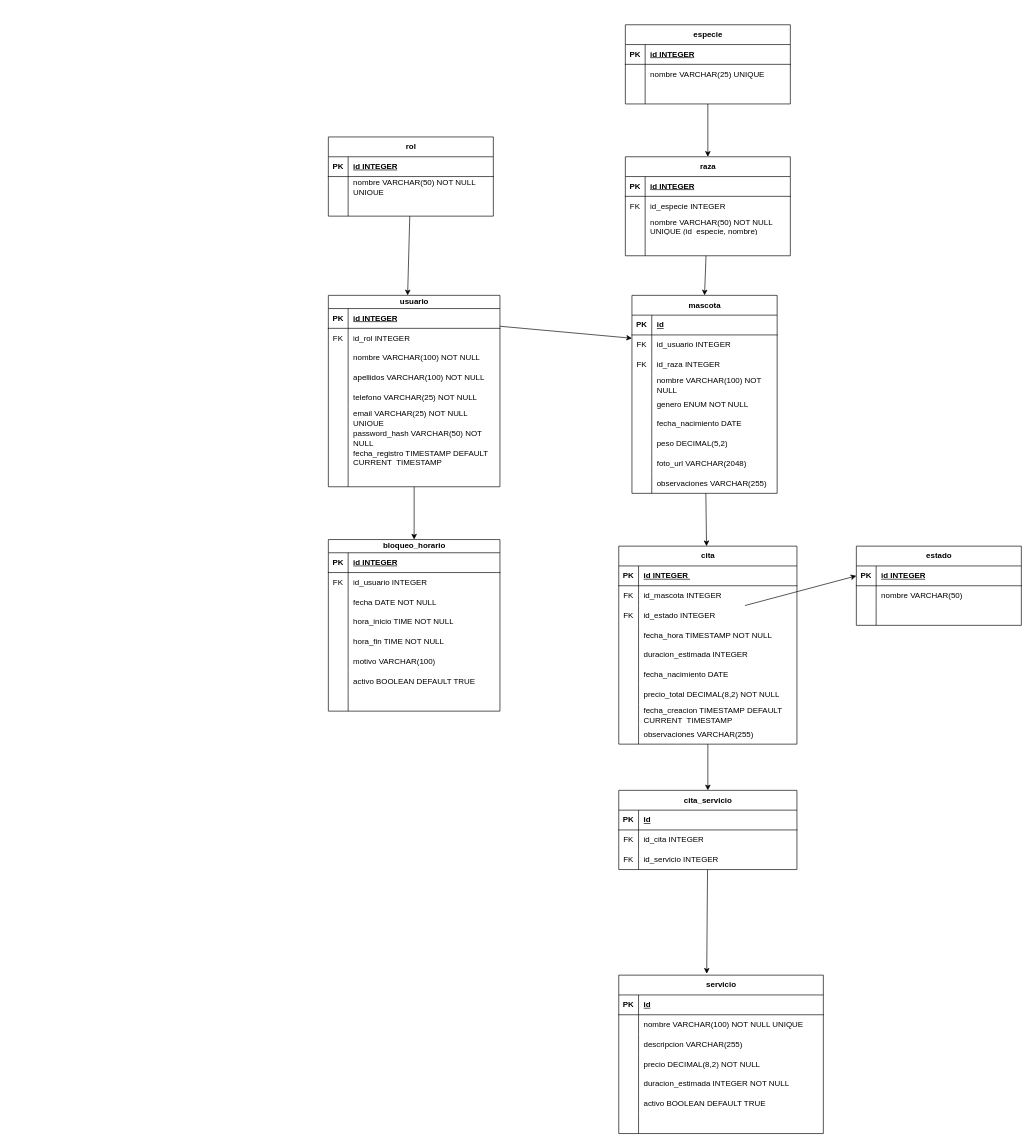
Above: Docs/Diagram Relacional.drawio in jmesmarrero/Perruquera (draw.io), before the change. Source tidied: cells renumbered, new cells numbered last; positions are measured from the earlier drawing's top-left corner, leaving out a move shared by most shapes. Both pictures are drawn from the tidied source at 66%, with x=0, y=0 at pixel (328, 24).
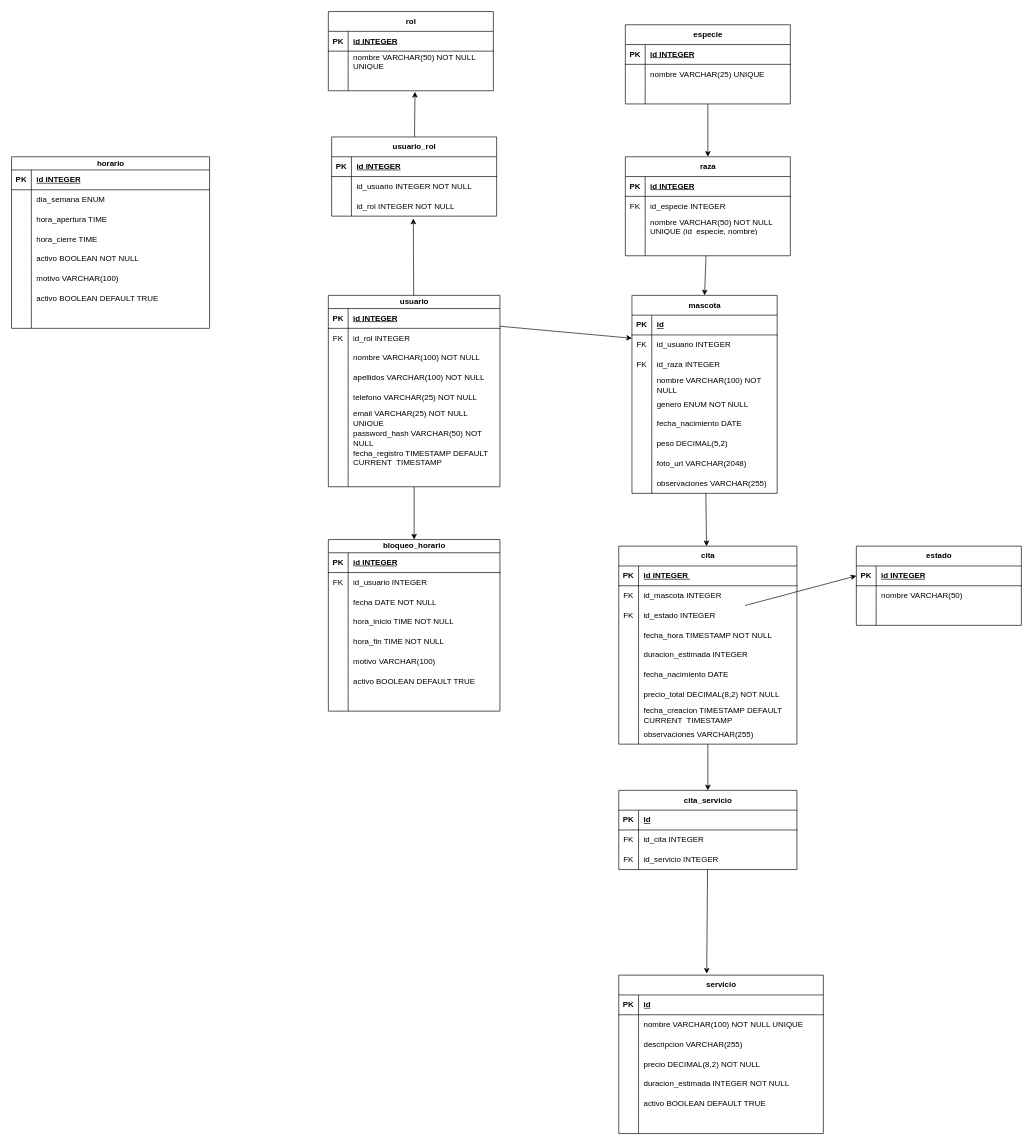
The same page after the edit.

Commit message (it also covers changes not shown here):
feat: add horarios and usuario_rol in all files

The change refers to these unchanged cells:
```xml
<mxCell id="3" value="usuario" style="shape=table;startSize=20;childLayout=tableLayout;rowLines=0;fontStyle=1;align=center;html=1;" parent="1" vertex="1">
  <mxGeometry y="410" width="260" height="290" as="geometry" />
</mxCell>
<mxCell id="38" style="shape=tableRow;horizontal=0;startSize=0;swimlaneHead=0;swimlaneBody=0;fillColor=none;points=[[0,0.5],[1,0.5]];portConstraint=eastwest;top=0;left=0;right=0;bottom=0;" parent="31" vertex="1">
  <mxGeometry y="90" width="250" height="30" as="geometry" />
</mxCell>
```

Diff of the diagram source:
```diff
@@
     <mxCell id="31" value="rol" style="shape=table;startSize=30;childLayout=tableLayout;rowLines=0;fontStyle=1;align=center;html=1;" parent="1" vertex="1">
-      <mxGeometry y="170" width="250" height="120" as="geometry" />
+      <mxGeometry y="-20" width="250" height="120" as="geometry" />
     </mxCell>
@@
-    <mxCell id="95" style="edgeStyle=none;html=1;entryX=0.462;entryY=0;entryDx=0;entryDy=0;entryPerimeter=0;" parent="1" edge="1" source="31" target="3">
-      <mxGeometry relative="1" as="geometry" />
-    </mxCell>
@@
+    <mxCell id="195" value="usuario_rol" style="shape=table;startSize=30;childLayout=tableLayout;rowLines=0;fontStyle=1;align=center;html=1;" parent="1" vertex="1">
+      <mxGeometry x="5" y="170" width="250" height="120" as="geometry" />
+    </mxCell>
+    <mxCell id="196" style="shape=tableRow;horizontal=0;startSize=0;swimlaneHead=0;swimlaneBody=0;fillColor=none;top=0;left=0;right=0;bottom=1;" parent="195" vertex="1">
+      <mxGeometry y="30" width="250" height="30" as="geometry" />
+    </mxCell>
+    <mxCell id="197" value="PK" style="shape=partialRectangle;fillColor=none;top=0;left=0;bottom=0;right=0;fontStyle=1;overflow=hidden;whiteSpace=wrap;html=1;" parent="196" vertex="1">
+      <mxGeometry width="30" height="30" as="geometry" />
+    </mxCell>
+    <mxCell id="198" value="id INTEGER" style="shape=partialRectangle;fillColor=none;top=0;left=0;bottom=0;right=0;align=left;spacingLeft=6;fontStyle=5;overflow=hidden;whiteSpace=wrap;html=1;" parent="196" vertex="1">
+      <mxGeometry x="30" width="220" height="30" as="geometry" />
+    </mxCell>
+    <mxCell id="199" style="shape=tableRow;horizontal=0;startSize=0;swimlaneHead=0;swimlaneBody=0;fillColor=none;top=0;left=0;right=0;bottom=0;" parent="195" vertex="1">
+      <mxGeometry y="60" width="250" height="30" as="geometry" />
+    </mxCell>
+    <mxCell id="200" style="shape=partialRectangle;fillColor=none;top=0;left=0;bottom=0;right=0;overflow=hidden;whiteSpace=wrap;html=1;" parent="199" vertex="1">
+      <mxGeometry width="30" height="30" as="geometry" />
+    </mxCell>
+    <mxCell id="201" value="id_usuario INTEGER NOT NULL" style="shape=partialRectangle;fillColor=none;top=0;left=0;bottom=0;right=0;align=left;spacingLeft=6;overflow=hidden;whiteSpace=wrap;html=1;" parent="199" vertex="1">
+      <mxGeometry x="30" width="220" height="30" as="geometry" />
+    </mxCell>
+    <mxCell id="202" style="shape=tableRow;horizontal=0;startSize=0;swimlaneHead=0;swimlaneBody=0;fillColor=none;points=[[0,0.5],[1,0.5]];portConstraint=eastwest;top=0;left=0;right=0;bottom=0;" parent="195" vertex="1">
+      <mxGeometry y="90" width="250" height="30" as="geometry" />
+    </mxCell>
+    <mxCell id="203" style="shape=partialRectangle;fillColor=none;top=0;left=0;bottom=0;right=0;overflow=hidden;whiteSpace=wrap;html=1;" parent="202" vertex="1">
+      <mxGeometry width="30" height="30" as="geometry" />
+    </mxCell>
+    <mxCell id="204" value="id_rol INTEGER NOT NULL" style="shape=partialRectangle;fillColor=none;top=0;left=0;bottom=0;right=0;align=left;spacingLeft=6;overflow=hidden;whiteSpace=wrap;html=1;" parent="202" vertex="1">
+      <mxGeometry x="30" width="220" height="30" as="geometry" />
+    </mxCell>
+    <mxCell id="205" style="edgeStyle=none;html=1;entryX=0.495;entryY=1.122;entryDx=0;entryDy=0;entryPerimeter=0;" parent="1" edge="1" source="3" target="202">
+      <mxGeometry relative="1" as="geometry" />
+    </mxCell>
+    <mxCell id="206" style="edgeStyle=none;html=1;entryX=0.525;entryY=1.056;entryDx=0;entryDy=0;entryPerimeter=0;" parent="1" edge="1" source="195" target="38">
+      <mxGeometry relative="1" as="geometry" />
+    </mxCell>
+    <mxCell id="207" value="horario" style="shape=table;startSize=20;childLayout=tableLayout;rowLines=0;fontStyle=1;align=center;html=1;" parent="1" vertex="1">
+      <mxGeometry x="-480" y="200" width="300" height="260" as="geometry" />
+    </mxCell>
+    <mxCell id="208" style="shape=tableRow;horizontal=0;startSize=0;swimlaneHead=0;swimlaneBody=0;fillColor=none;top=0;left=0;right=0;bottom=1;" parent="207" vertex="1">
+      <mxGeometry y="20" width="300" height="30" as="geometry" />
+    </mxCell>
+    <mxCell id="209" value="PK" style="shape=partialRectangle;fillColor=none;top=0;left=0;bottom=0;right=0;fontStyle=1;overflow=hidden;whiteSpace=wrap;html=1;" parent="208" vertex="1">
+      <mxGeometry width="30" height="30" as="geometry" />
+    </mxCell>
+    <mxCell id="210" value="id INTEGER" style="shape=partialRectangle;fillColor=none;top=0;left=0;bottom=0;right=0;align=left;spacingLeft=6;fontStyle=5;overflow=hidden;whiteSpace=wrap;html=1;" parent="208" vertex="1">
+      <mxGeometry x="30" width="270" height="30" as="geometry" />
+    </mxCell>
+    <mxCell id="211" style="shape=tableRow;horizontal=0;startSize=0;swimlaneHead=0;swimlaneBody=0;fillColor=none;top=0;left=0;right=0;bottom=0;" parent="207" vertex="1">
+      <mxGeometry y="50" width="300" height="30" as="geometry" />
+    </mxCell>
+    <mxCell id="212" style="shape=partialRectangle;fillColor=none;top=0;left=0;bottom=0;right=0;overflow=hidden;whiteSpace=wrap;html=1;" parent="211" vertex="1">
+      <mxGeometry width="30" height="30" as="geometry" />
+    </mxCell>
+    <mxCell id="213" value="dia_semana ENUM" style="shape=partialRectangle;fillColor=none;top=0;left=0;bottom=0;right=0;align=left;spacingLeft=6;overflow=hidden;whiteSpace=wrap;html=1;" parent="211" vertex="1">
+      <mxGeometry x="30" width="270" height="30" as="geometry" />
+    </mxCell>
+    <mxCell id="214" style="shape=tableRow;horizontal=0;startSize=0;swimlaneHead=0;swimlaneBody=0;fillColor=none;top=0;left=0;right=0;bottom=0;" parent="207" vertex="1">
+      <mxGeometry y="80" width="300" height="30" as="geometry" />
+    </mxCell>
+    <mxCell id="215" style="shape=partialRectangle;fillColor=none;top=0;left=0;bottom=0;right=0;overflow=hidden;whiteSpace=wrap;html=1;" parent="214" vertex="1">
+      <mxGeometry width="30" height="30" as="geometry" />
+    </mxCell>
+    <mxCell id="216" value="hora_apertura TIME" style="shape=partialRectangle;fillColor=none;top=0;left=0;bottom=0;right=0;align=left;spacingLeft=6;overflow=hidden;whiteSpace=wrap;html=1;" parent="214" vertex="1">
+      <mxGeometry x="30" width="270" height="30" as="geometry" />
+    </mxCell>
+    <mxCell id="217" style="shape=tableRow;horizontal=0;startSize=0;swimlaneHead=0;swimlaneBody=0;fillColor=none;top=0;left=0;right=0;bottom=0;" parent="207" vertex="1">
+      <mxGeometry y="110" width="300" height="30" as="geometry" />
+    </mxCell>
+    <mxCell id="218" style="shape=partialRectangle;fillColor=none;top=0;left=0;bottom=0;right=0;overflow=hidden;whiteSpace=wrap;html=1;" parent="217" vertex="1">
+      <mxGeometry width="30" height="30" as="geometry" />
+    </mxCell>
+    <mxCell id="219" value="hora_cierre TIME" style="shape=partialRectangle;fillColor=none;top=0;left=0;bottom=0;right=0;align=left;spacingLeft=6;overflow=hidden;whiteSpace=wrap;html=1;" parent="217" vertex="1">
+      <mxGeometry x="30" width="270" height="30" as="geometry" />
+    </mxCell>
+    <mxCell id="220" style="shape=tableRow;horizontal=0;startSize=0;swimlaneHead=0;swimlaneBody=0;fillColor=none;top=0;left=0;right=0;bottom=0;" parent="207" vertex="1">
+      <mxGeometry y="140" width="300" height="30" as="geometry" />
+    </mxCell>
+    <mxCell id="221" style="shape=partialRectangle;fillColor=none;top=0;left=0;bottom=0;right=0;overflow=hidden;whiteSpace=wrap;html=1;" parent="220" vertex="1">
+      <mxGeometry width="30" height="30" as="geometry" />
+    </mxCell>
+    <mxCell id="222" value="activo BOOLEAN NOT NULL" style="shape=partialRectangle;fillColor=none;top=0;left=0;bottom=0;right=0;align=left;spacingLeft=6;overflow=hidden;whiteSpace=wrap;html=1;" parent="220" vertex="1">
+      <mxGeometry x="30" width="270" height="30" as="geometry" />
+    </mxCell>
+    <mxCell id="223" style="shape=tableRow;horizontal=0;startSize=0;swimlaneHead=0;swimlaneBody=0;fillColor=none;top=0;left=0;right=0;bottom=0;" parent="207" vertex="1">
+      <mxGeometry y="170" width="300" height="30" as="geometry" />
+    </mxCell>
+    <mxCell id="224" style="shape=partialRectangle;fillColor=none;top=0;left=0;bottom=0;right=0;overflow=hidden;whiteSpace=wrap;html=1;" parent="223" vertex="1">
+      <mxGeometry width="30" height="30" as="geometry" />
+    </mxCell>
+    <mxCell id="225" value="motivo VARCHAR(100)" style="shape=partialRectangle;fillColor=none;top=0;left=0;bottom=0;right=0;align=left;spacingLeft=6;overflow=hidden;whiteSpace=wrap;html=1;" parent="223" vertex="1">
+      <mxGeometry x="30" width="270" height="30" as="geometry" />
+    </mxCell>
+    <mxCell id="226" style="shape=tableRow;horizontal=0;startSize=0;swimlaneHead=0;swimlaneBody=0;fillColor=none;top=0;left=0;right=0;bottom=0;" parent="207" vertex="1">
+      <mxGeometry y="200" width="300" height="30" as="geometry" />
+    </mxCell>
+    <mxCell id="227" style="shape=partialRectangle;fillColor=none;top=0;left=0;bottom=0;right=0;overflow=hidden;whiteSpace=wrap;html=1;" parent="226" vertex="1">
+      <mxGeometry width="30" height="30" as="geometry" />
+    </mxCell>
+    <mxCell id="228" value="activo BOOLEAN DEFAULT TRUE" style="shape=partialRectangle;fillColor=none;top=0;left=0;bottom=0;right=0;align=left;spacingLeft=6;overflow=hidden;whiteSpace=wrap;html=1;" parent="226" vertex="1">
+      <mxGeometry x="30" width="270" height="30" as="geometry" />
+    </mxCell>
+    <mxCell id="229" style="shape=tableRow;horizontal=0;startSize=0;swimlaneHead=0;swimlaneBody=0;fillColor=none;top=0;left=0;right=0;bottom=0;" parent="207" vertex="1">
+      <mxGeometry y="230" width="300" height="30" as="geometry" />
+    </mxCell>
+    <mxCell id="230" style="shape=partialRectangle;fillColor=none;top=0;left=0;bottom=0;right=0;overflow=hidden;whiteSpace=wrap;html=1;" parent="229" vertex="1">
+      <mxGeometry width="30" height="30" as="geometry" />
+    </mxCell>
+    <mxCell id="231" style="shape=partialRectangle;fillColor=none;top=0;left=0;bottom=0;right=0;align=left;spacingLeft=6;overflow=hidden;whiteSpace=wrap;html=1;" parent="229" vertex="1">
+      <mxGeometry x="30" width="270" height="30" as="geometry" />
+    </mxCell>
```
